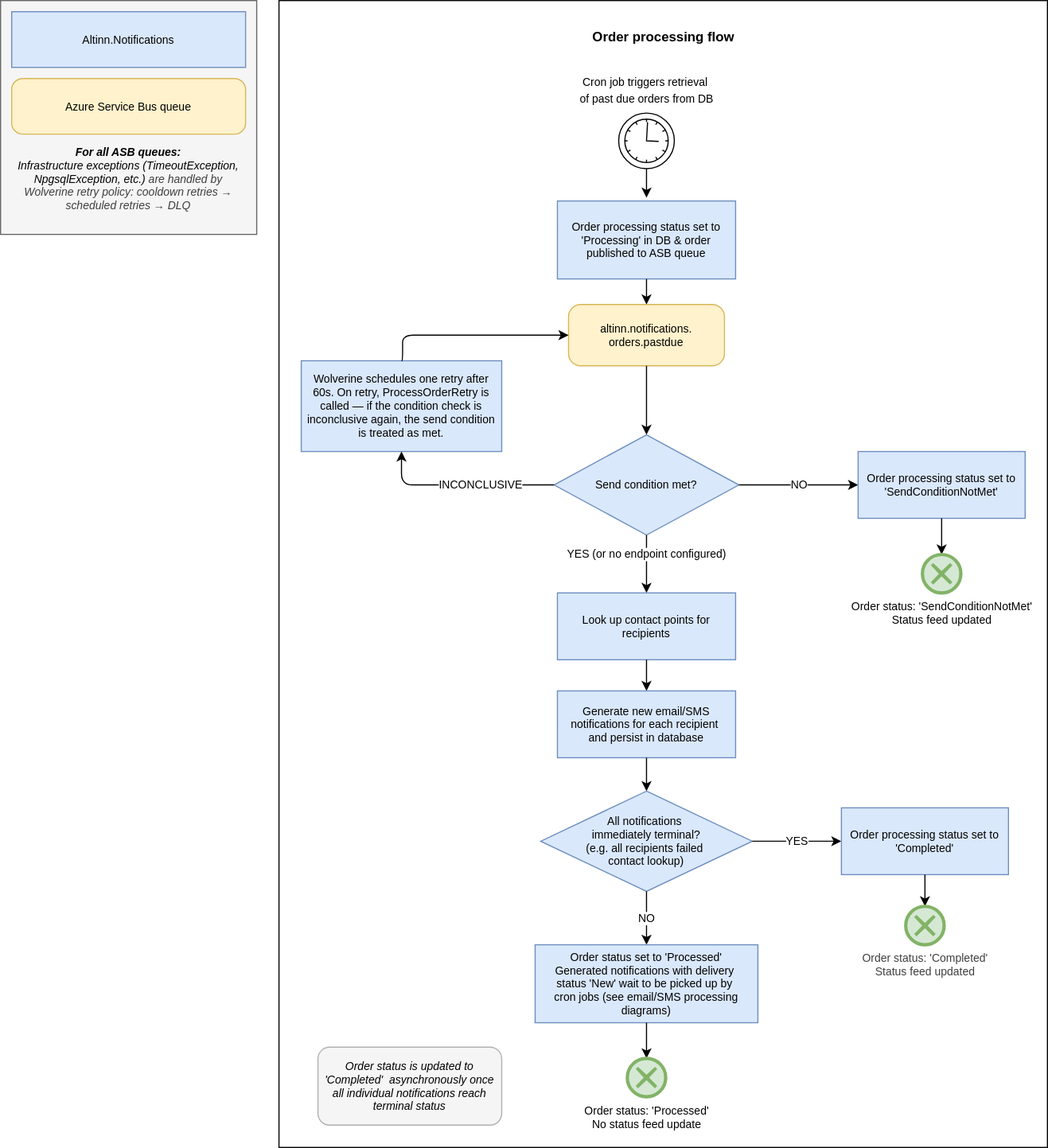
Before: docs/architecture/flowchart-order-process.svg, a diagram exported from draw.io (Altinn/altinn-notifications). Source tidied: cells renumbered, new cells last; positions are measured from the earlier drawing's top-left corner, leaving out a move shared by most shapes.
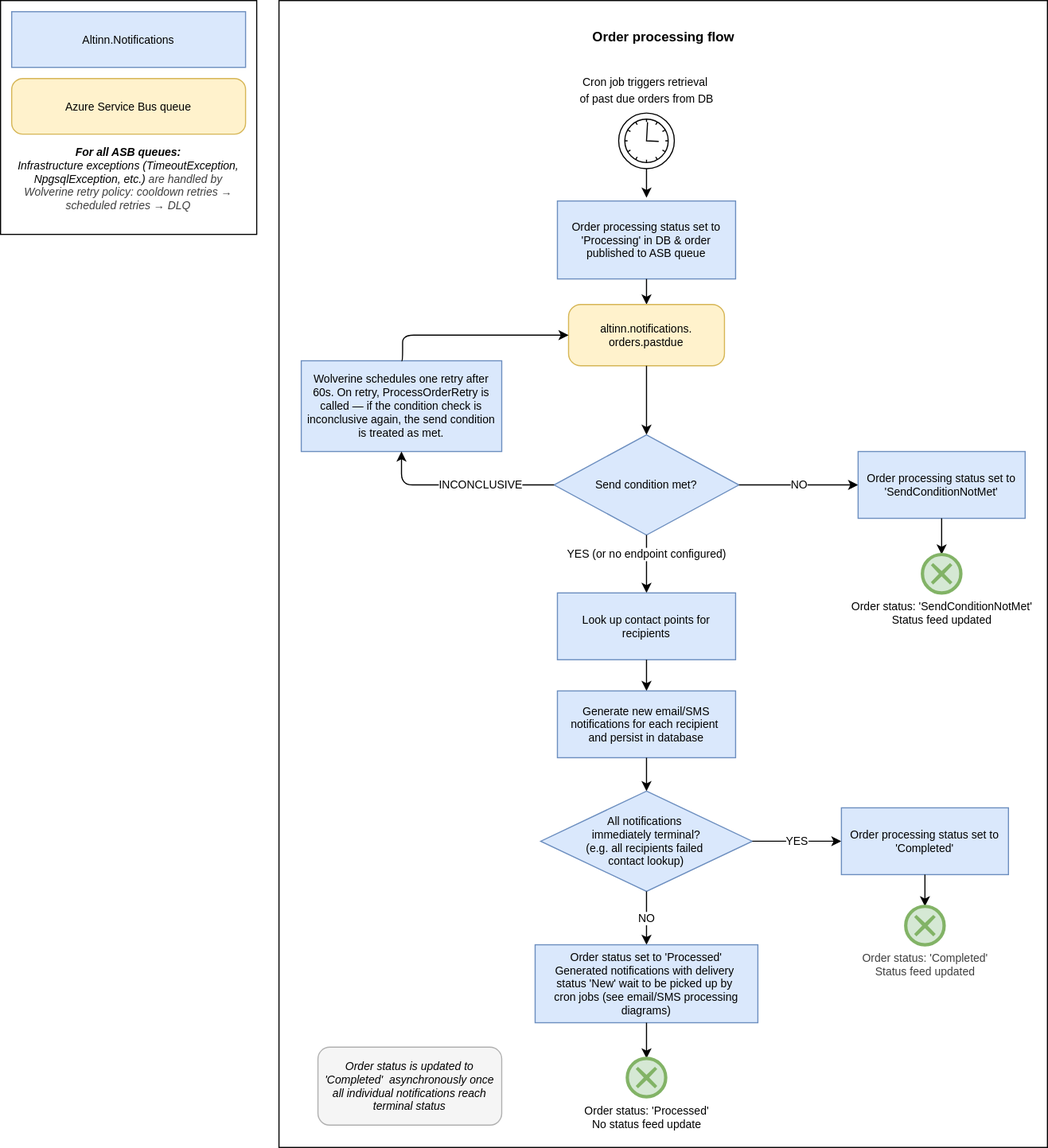
After the commit.

The edit, as a diff of the source:
```diff
@@ -98,10 +98,10 @@
     <mxCell id="31" value="&lt;font&gt;&lt;span style=&quot;color: rgb(0, 0, 0);&quot;&gt;&lt;div style=&quot;scrollbar-color: rgb(226, 226, 226) rgb(251, 251, 251); color: rgb(63, 63, 63);&quot;&gt;&lt;font style=&quot;scrollbar-color: rgb(226, 226, 226) rgb(251, 251, 251); color: rgb(63, 63, 63);&quot;&gt;&lt;span style=&quot;color: rgb(0, 0, 0); scrollbar-color: rgb(226, 226, 226) rgb(251, 251, 251);&quot;&gt;Order status: 'Processed'&lt;/span&gt;&lt;br style=&quot;scrollbar-color: rgb(226, 226, 226) rgb(251, 251, 251); color: rgb(63, 63, 63);&quot;&gt;&lt;font color=&quot;#000000&quot;&gt;No status feed update&lt;/font&gt;&lt;/font&gt;&lt;/div&gt;&lt;/span&gt;&lt;/font&gt;" style="points=[[0.145,0.145,0],[0.5,0,0],[0.855,0.145,0],[1,0.5,0],[0.855,0.855,0],[0.5,1,0],[0.145,0.855,0],[0,0.5,0]];shape=mxgraph.bpmn.event;html=1;verticalLabelPosition=bottom;labelBackgroundColor=#ffffff;verticalAlign=top;align=center;perimeter=ellipsePerimeter;outlineConnect=0;outline=end;symbol=cancel;fillColor=#d5e8d4;strokeColor=#82b366;fontSize=10;" parent="1" vertex="1">
       <mxGeometry x="562.8" y="950" width="34.5" height="34.5" as="geometry" />
     </mxCell>
-    <mxCell id="32" style="rounded=0;whiteSpace=wrap;html=1;fillColor=#f5f5f5;fontColor=#333333;strokeColor=#666666;" parent="1" vertex="1">
+    <mxCell id="32" style="rounded=0;whiteSpace=wrap;html=1;" parent="1" vertex="1">
       <mxGeometry width="230" height="210" as="geometry" />
     </mxCell>
-    <mxCell id="33" value="&lt;div&gt;&lt;font&gt;&lt;b&gt;For all ASB queues:&lt;/b&gt;&lt;/font&gt;&lt;/div&gt;&lt;font&gt;Infrastructure exceptions (TimeoutException, NpgsqlException, etc.)&amp;nbsp;&lt;/font&gt;&lt;span style=&quot;color: rgb(63, 63, 63); background-color: transparent;&quot;&gt;are handled by Wolverine retry policy:&amp;nbsp;&lt;/span&gt;&lt;span style=&quot;color: rgb(63, 63, 63); background-color: transparent;&quot;&gt;cooldown retries → scheduled retries → DLQ&lt;/span&gt;" style="rounded=1;whiteSpace=wrap;html=1;fillColor=#f5f5f5;strokeColor=none;fontSize=10;fontStyle=2;" parent="1" vertex="1">
+    <mxCell id="33" value="&lt;div&gt;&lt;font&gt;&lt;b&gt;For all ASB queues:&lt;/b&gt;&lt;/font&gt;&lt;/div&gt;&lt;font&gt;Infrastructure exceptions (TimeoutException, NpgsqlException, etc.)&amp;nbsp;&lt;/font&gt;&lt;span style=&quot;color: rgb(63, 63, 63); background-color: transparent;&quot;&gt;are handled by Wolverine retry policy:&amp;nbsp;&lt;/span&gt;&lt;span style=&quot;color: rgb(63, 63, 63); background-color: transparent;&quot;&gt;cooldown retries → scheduled retries → DLQ&lt;/span&gt;" style="rounded=1;whiteSpace=wrap;html=1;fontSize=10;fontStyle=2;strokeColor=none;" parent="1" vertex="1">
       <mxGeometry x="10" y="120" width="210" height="80" as="geometry" />
     </mxCell>
     <mxCell id="34" value="&lt;font&gt;Altinn.Notifications&lt;/font&gt;" style="rounded=0;whiteSpace=wrap;html=1;fillColor=#dae8fc;strokeColor=#6c8ebf;fontSize=10;" parent="1" vertex="1">
```
